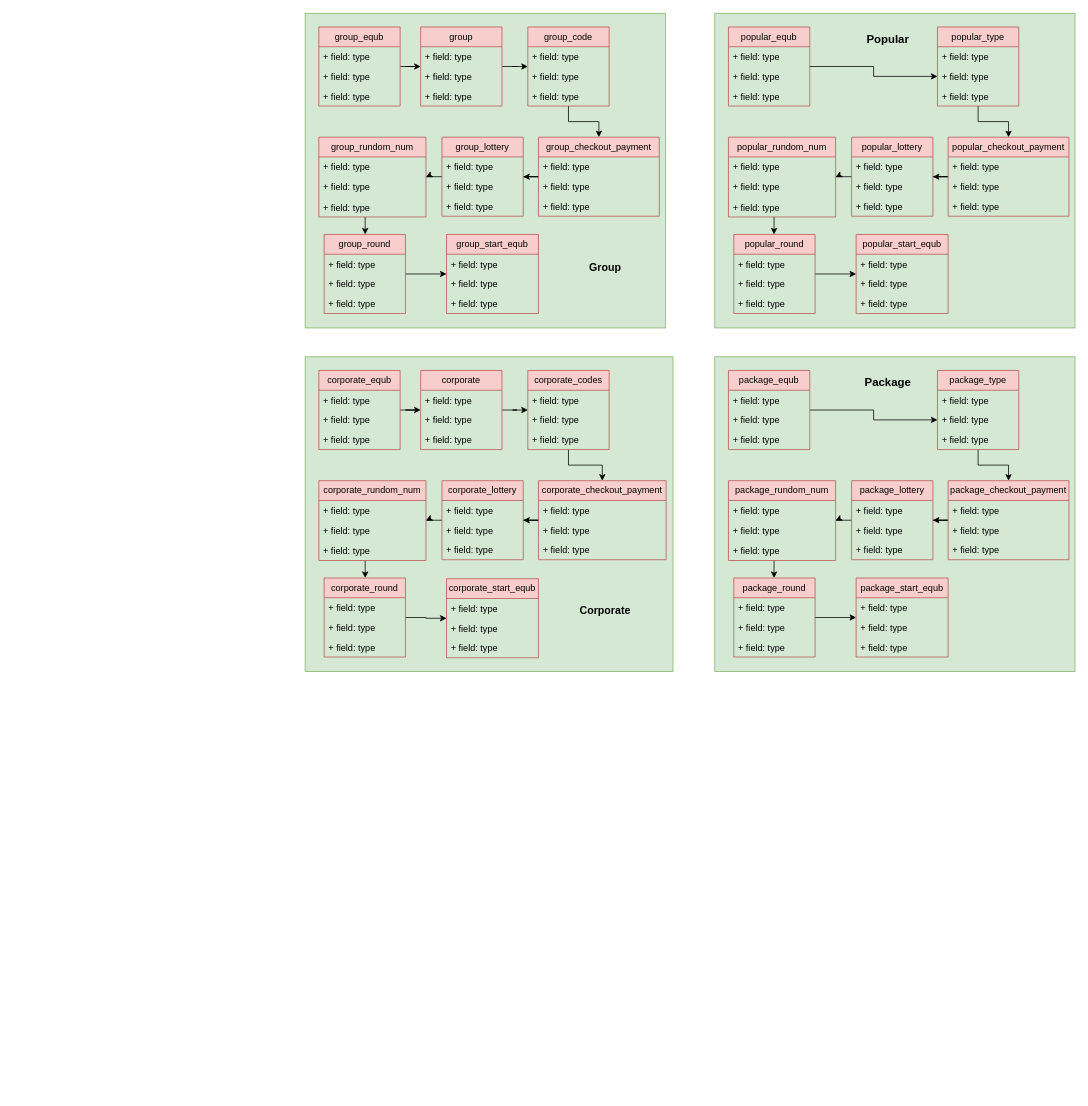
Earlier version of the draw.io diagram Untitled Diagram.drawio (fasil712/UML_Diagram_Design). Source tidied: cells renumbered, new cells numbered last; positions are measured from the earlier drawing's top-left corner, leaving out a move shared by most shapes. Both pictures are drawn from the tidied source at 76%, with x=0, y=0 at pixel (305, 13).
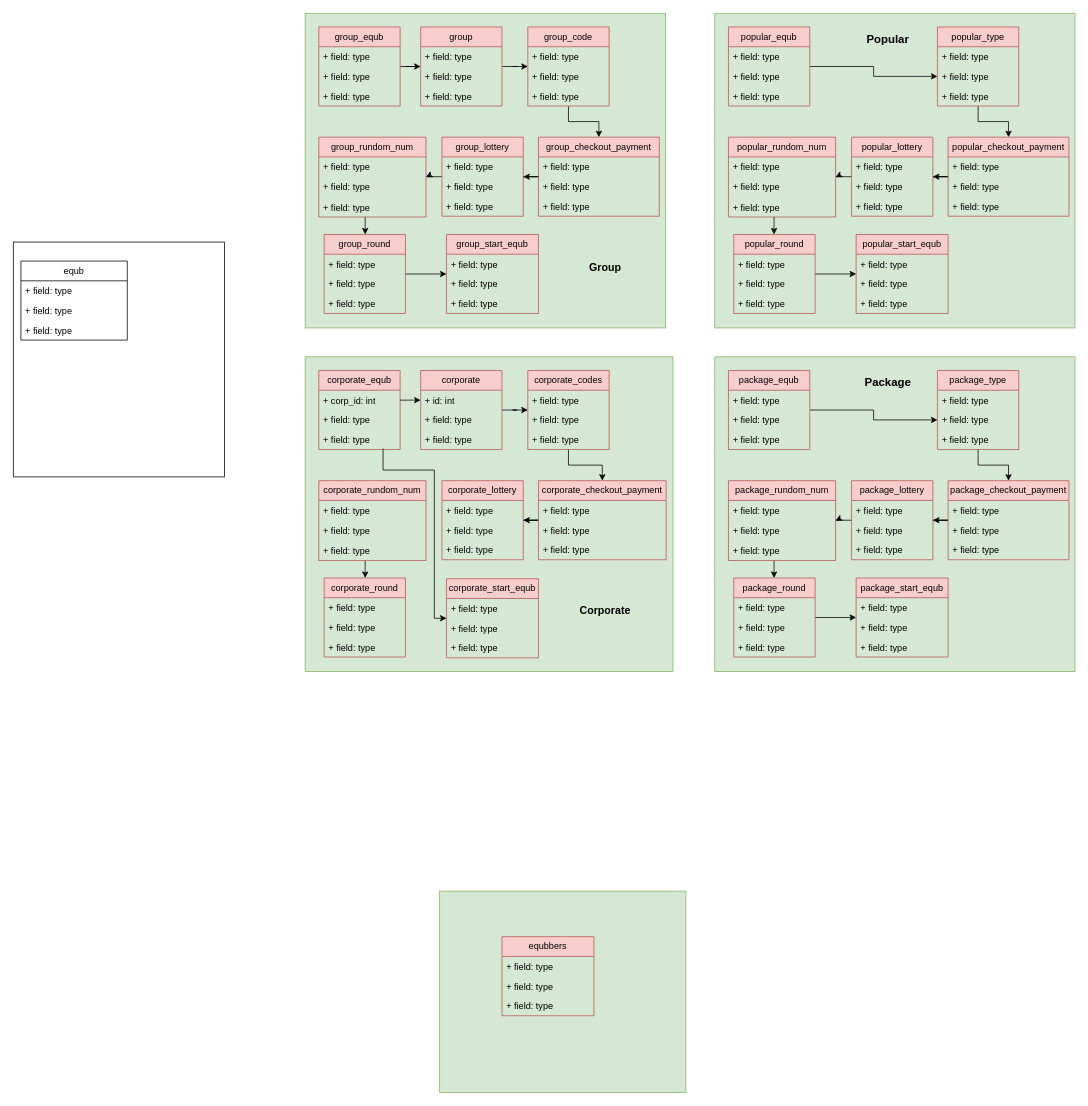
Above is the later version.

Unchanged cells that the change refers to:
```xml
<mxCell id="81" value="corporate_equb" style="swimlane;fontStyle=0;horizontal=1;startSize=26;fillColor=#f8cecc;whiteSpace=wrap;html=1;strokeColor=#b85450;" parent="1" vertex="1">
  <mxGeometry x="18" y="470" width="107" height="104" as="geometry" />
</mxCell>
<mxCell id="84" value="+ field: type" style="text;strokeColor=none;fillColor=none;align=left;verticalAlign=top;spacingLeft=4;spacingRight=4;overflow=hidden;points=[[0,0.5],[1,0.5]];portConstraint=eastwest;whiteSpace=wrap;html=1;" parent="81" vertex="1">
  <mxGeometry y="78" width="107" height="26" as="geometry" />
</mxCell>
<mxCell id="86" value="corporate" style="swimlane;fontStyle=0;horizontal=1;startSize=26;fillColor=#f8cecc;whiteSpace=wrap;html=1;strokeColor=#b85450;" parent="1" vertex="1">
  <mxGeometry x="152" y="470" width="107" height="104" as="geometry" />
</mxCell>
<mxCell id="101" value="corporate_lottery" style="swimlane;fontStyle=0;horizontal=1;startSize=26;fillColor=#f8cecc;whiteSpace=wrap;html=1;strokeColor=#b85450;" parent="1" vertex="1">
  <mxGeometry x="180" y="615" width="107" height="104" as="geometry" />
</mxCell>
<mxCell id="106" value="corporate_rundom_num" style="swimlane;fontStyle=0;horizontal=1;startSize=26;fillColor=#f8cecc;whiteSpace=wrap;html=1;strokeColor=#b85450;" parent="1" vertex="1">
  <mxGeometry x="18" y="615" width="141" height="105" as="geometry" />
</mxCell>
<mxCell id="111" value="corporate_round" style="swimlane;fontStyle=0;horizontal=1;startSize=26;fillColor=#f8cecc;whiteSpace=wrap;html=1;strokeColor=#b85450;" parent="1" vertex="1">
  <mxGeometry x="25" y="743" width="107" height="104" as="geometry" />
</mxCell>
<mxCell id="115" value="corporate_start_equb" style="swimlane;fontStyle=0;horizontal=1;startSize=26;fillColor=#f8cecc;whiteSpace=wrap;html=1;strokeColor=#b85450;" parent="1" vertex="1">
  <mxGeometry x="186" y="744" width="121" height="104" as="geometry" />
</mxCell>
```

Diff of the diagram source:
```diff
@@
+    <mxCell id="156" style="rounded=0;whiteSpace=wrap;html=1;fillColor=#d5e8d4;strokeColor=#82b366;" parent="1" vertex="1">
+      <mxGeometry x="177" y="1155" width="324" height="265" as="geometry" />
+    </mxCell>
@@
-    <mxCell id="80" style="edgeStyle=orthogonalEdgeStyle;rounded=0;jettySize=auto;html=1;" parent="1" edge="1" source="81" target="86">
-      <mxGeometry relative="1" as="geometry" />
-    </mxCell>
@@
-    <mxCell id="82" value="+ field: type" style="text;strokeColor=none;fillColor=none;align=left;verticalAlign=top;spacingLeft=4;spacingRight=4;overflow=hidden;points=[[0,0.5],[1,0.5]];portConstraint=eastwest;whiteSpace=wrap;html=1;" parent="81" vertex="1">
+    <mxCell id="82" value="+ corp_id: int" style="text;strokeColor=none;fillColor=none;align=left;verticalAlign=top;spacingLeft=4;spacingRight=4;overflow=hidden;points=[[0,0.5],[1,0.5]];portConstraint=eastwest;whiteSpace=wrap;html=1;" parent="81" vertex="1">
       <mxGeometry y="26" width="107" height="26" as="geometry" />
     </mxCell>
@@
-    <mxCell id="87" value="+ field: type" style="text;strokeColor=none;fillColor=none;align=left;verticalAlign=top;spacingLeft=4;spacingRight=4;overflow=hidden;points=[[0,0.5],[1,0.5]];portConstraint=eastwest;whiteSpace=wrap;html=1;" parent="86" vertex="1">
+    <mxCell id="87" value="+ id: int" style="text;strokeColor=none;fillColor=none;align=left;verticalAlign=top;spacingLeft=4;spacingRight=4;overflow=hidden;points=[[0,0.5],[1,0.5]];portConstraint=eastwest;whiteSpace=wrap;html=1;" parent="86" vertex="1">
       <mxGeometry y="26" width="107" height="26" as="geometry" />
     </mxCell>
@@
-    <mxCell id="100" style="edgeStyle=orthogonalEdgeStyle;rounded=0;jettySize=auto;html=1;" parent="1" edge="1" source="101" target="106">
-      <mxGeometry relative="1" as="geometry" />
-    </mxCell>
@@
-    <mxCell id="110" style="edgeStyle=orthogonalEdgeStyle;rounded=0;jettySize=auto;html=1;" parent="1" edge="1" source="111" target="115">
-      <mxGeometry relative="1" as="geometry" />
+    <mxCell id="110" style="edgeStyle=orthogonalEdgeStyle;rounded=0;jettySize=auto;html=1;exitX=0.79;exitY=0.949;exitDx=0;exitDy=0;exitPerimeter=0;" parent="1" edge="1" source="84" target="115">
+      <mxGeometry relative="1" as="geometry">
+        <Array as="points">
+          <mxPoint x="103" y="601" />
+          <mxPoint x="170" y="601" />
+          <mxPoint x="170" y="796" />
+        </Array>
+      </mxGeometry>
     </mxCell>
@@
+    <mxCell id="157" value="equbbers" style="swimlane;fontStyle=0;horizontal=1;startSize=26;fillColor=#f8cecc;whiteSpace=wrap;html=1;strokeColor=#b85450;" parent="1" vertex="1">
+      <mxGeometry x="259" y="1215" width="121" height="104" as="geometry" />
+    </mxCell>
+    <mxCell id="158" value="+ field: type" style="text;strokeColor=none;fillColor=none;align=left;verticalAlign=top;spacingLeft=4;spacingRight=4;overflow=hidden;whiteSpace=wrap;html=1;" parent="157" vertex="1">
+      <mxGeometry y="26" width="121" height="26" as="geometry" />
+    </mxCell>
+    <mxCell id="159" value="+ field: type" style="text;strokeColor=none;fillColor=none;align=left;verticalAlign=top;spacingLeft=4;spacingRight=4;overflow=hidden;whiteSpace=wrap;html=1;" parent="157" vertex="1">
+      <mxGeometry y="52" width="121" height="26" as="geometry" />
+    </mxCell>
+    <mxCell id="160" value="+ field: type" style="text;strokeColor=none;fillColor=none;align=left;verticalAlign=top;spacingLeft=4;spacingRight=4;overflow=hidden;whiteSpace=wrap;html=1;" parent="157" vertex="1">
+      <mxGeometry y="78" width="121" height="26" as="geometry" />
+    </mxCell>
+    <mxCell id="161" style="rounded=0;jettySize=auto;html=1;exitX=1;exitY=0.5;exitDx=0;exitDy=0;entryX=0;entryY=0.5;entryDx=0;entryDy=0;" parent="1" edge="1" source="82" target="87">
+      <mxGeometry relative="1" as="geometry" />
+    </mxCell>
+    <mxCell id="162" style="rounded=0;whiteSpace=wrap;html=1;" parent="1" vertex="1">
+      <mxGeometry x="-384" y="301" width="278" height="309" as="geometry" />
+    </mxCell>
+    <mxCell id="163" value="equb" style="swimlane;fontStyle=0;horizontal=1;startSize=26;fillColor=none;whiteSpace=wrap;html=1;" parent="1" vertex="1">
+      <mxGeometry x="-374" y="326" width="140" height="104" as="geometry" />
+    </mxCell>
+    <mxCell id="164" value="+ field: type" style="text;strokeColor=none;fillColor=none;align=left;verticalAlign=top;spacingLeft=4;spacingRight=4;overflow=hidden;whiteSpace=wrap;html=1;" parent="163" vertex="1">
+      <mxGeometry y="26" width="140" height="26" as="geometry" />
+    </mxCell>
+    <mxCell id="165" value="+ field: type" style="text;strokeColor=none;fillColor=none;align=left;verticalAlign=top;spacingLeft=4;spacingRight=4;overflow=hidden;whiteSpace=wrap;html=1;" parent="163" vertex="1">
+      <mxGeometry y="52" width="140" height="26" as="geometry" />
+    </mxCell>
+    <mxCell id="166" value="+ field: type" style="text;strokeColor=none;fillColor=none;align=left;verticalAlign=top;spacingLeft=4;spacingRight=4;overflow=hidden;whiteSpace=wrap;html=1;" parent="163" vertex="1">
+      <mxGeometry y="78" width="140" height="26" as="geometry" />
+    </mxCell>
```
